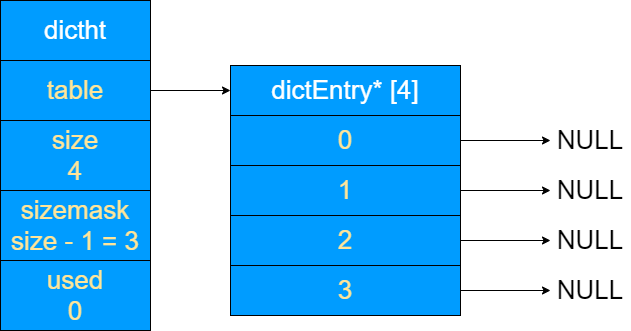
Above: images/Redis/redis空哈希表.png in lanchestios/lanchestios.github.io (draw.io), before the change. Source tidied: cells renumbered, new cells last; positions are measured from the earlier drawing's top-left corner, leaving out a move shared by most shapes. Its diagram source:
```xml
<mxGraphModel>
  <root>
    <mxCell id="0" />
    <mxCell id="1" parent="0" />
    <mxCell id="2" value="dictht" style="rounded=0;whiteSpace=wrap;html=1;fillColor=#009CFF;fontSize=26;fontColor=#FFFFFF;" parent="1" vertex="1">
      <mxGeometry width="150" height="60" as="geometry" />
    </mxCell>
    <mxCell id="3" style="edgeStyle=orthogonalEdgeStyle;rounded=0;jettySize=auto;html=1;fontSize=26;fontColor=#FFFFFF;" parent="1" edge="1" source="4" target="8">
      <mxGeometry relative="1" as="geometry" />
    </mxCell>
    <mxCell id="4" value="table" style="rounded=0;whiteSpace=wrap;html=1;fillColor=#009CFF;fontSize=26;fontColor=#FFE599;" parent="1" vertex="1">
      <mxGeometry y="60" width="150" height="60" as="geometry" />
    </mxCell>
    <mxCell id="5" value="size&lt;br&gt;4" style="rounded=0;whiteSpace=wrap;html=1;fillColor=#009CFF;fontSize=26;fontColor=#FFE599;" parent="1" vertex="1">
      <mxGeometry y="120" width="150" height="70" as="geometry" />
    </mxCell>
    <mxCell id="6" value="sizemask&lt;br&gt;size - 1 = 3" style="rounded=0;whiteSpace=wrap;html=1;fillColor=#009CFF;fontSize=26;fontColor=#FFE599;" parent="1" vertex="1">
      <mxGeometry y="190" width="150" height="70" as="geometry" />
    </mxCell>
    <mxCell id="7" value="used&lt;br&gt;0" style="rounded=0;whiteSpace=wrap;html=1;fillColor=#009CFF;fontSize=26;fontColor=#FFE599;" parent="1" vertex="1">
      <mxGeometry y="260" width="150" height="70" as="geometry" />
    </mxCell>
    <mxCell id="8" value="dictEntry* [4]" style="rounded=0;whiteSpace=wrap;html=1;fillColor=#009CFF;fontSize=26;fontColor=#FFFFFF;" parent="1" vertex="1">
      <mxGeometry x="230" y="65" width="230" height="50" as="geometry" />
    </mxCell>
    <mxCell id="9" style="edgeStyle=orthogonalEdgeStyle;rounded=0;jettySize=auto;html=1;fontSize=26;fontColor=#000000;entryX=0;entryY=0.5;entryDx=0;entryDy=0;" parent="1" edge="1" source="10" target="14">
      <mxGeometry relative="1" as="geometry" />
    </mxCell>
    <mxCell id="10" value="0" style="rounded=0;whiteSpace=wrap;html=1;fillColor=#009CFF;fontSize=26;fontColor=#FFE599;" parent="1" vertex="1">
      <mxGeometry x="230" y="115" width="230" height="50" as="geometry" />
    </mxCell>
    <mxCell id="11" value="1" style="rounded=0;whiteSpace=wrap;html=1;fillColor=#009CFF;fontSize=26;fontColor=#FFE599;" parent="1" vertex="1">
      <mxGeometry x="230" y="165" width="230" height="50" as="geometry" />
    </mxCell>
    <mxCell id="12" value="2" style="rounded=0;whiteSpace=wrap;html=1;fillColor=#009CFF;fontSize=26;fontColor=#FFE599;" parent="1" vertex="1">
      <mxGeometry x="230" y="215" width="230" height="50" as="geometry" />
    </mxCell>
    <mxCell id="13" value="3" style="rounded=0;whiteSpace=wrap;html=1;fillColor=#009CFF;fontSize=26;fontColor=#FFE599;" parent="1" vertex="1">
      <mxGeometry x="230" y="265" width="230" height="50" as="geometry" />
    </mxCell>
    <mxCell id="14" value="NULL" style="text;html=1;strokeColor=none;fillColor=none;align=center;verticalAlign=middle;whiteSpace=wrap;rounded=0;fontSize=26;" parent="1" vertex="1">
      <mxGeometry x="550" y="125" width="80" height="30" as="geometry" />
    </mxCell>
    <mxCell id="15" style="edgeStyle=orthogonalEdgeStyle;rounded=0;jettySize=auto;html=1;fontSize=26;fontColor=#000000;entryX=0;entryY=0.5;entryDx=0;entryDy=0;" parent="1" edge="1" target="16">
      <mxGeometry relative="1" as="geometry">
        <mxPoint x="460" y="190" as="sourcePoint" />
      </mxGeometry>
    </mxCell>
    <mxCell id="16" value="NULL" style="text;html=1;strokeColor=none;fillColor=none;align=center;verticalAlign=middle;whiteSpace=wrap;rounded=0;fontSize=26;" parent="1" vertex="1">
      <mxGeometry x="550" y="175" width="80" height="30" as="geometry" />
    </mxCell>
    <mxCell id="17" style="edgeStyle=orthogonalEdgeStyle;rounded=0;jettySize=auto;html=1;fontSize=26;fontColor=#000000;entryX=0;entryY=0.5;entryDx=0;entryDy=0;" parent="1" edge="1" target="18">
      <mxGeometry relative="1" as="geometry">
        <mxPoint x="460" y="240" as="sourcePoint" />
      </mxGeometry>
    </mxCell>
    <mxCell id="18" value="NULL" style="text;html=1;strokeColor=none;fillColor=none;align=center;verticalAlign=middle;whiteSpace=wrap;rounded=0;fontSize=26;" parent="1" vertex="1">
      <mxGeometry x="550" y="225" width="80" height="30" as="geometry" />
    </mxCell>
    <mxCell id="19" style="edgeStyle=orthogonalEdgeStyle;rounded=0;jettySize=auto;html=1;fontSize=26;fontColor=#000000;entryX=0;entryY=0.5;entryDx=0;entryDy=0;" parent="1" edge="1" target="20">
      <mxGeometry relative="1" as="geometry">
        <mxPoint x="460" y="290" as="sourcePoint" />
      </mxGeometry>
    </mxCell>
    <mxCell id="20" value="NULL" style="text;html=1;strokeColor=none;fillColor=none;align=center;verticalAlign=middle;whiteSpace=wrap;rounded=0;fontSize=26;" parent="1" vertex="1">
      <mxGeometry x="550" y="275" width="80" height="30" as="geometry" />
    </mxCell>
  </root>
</mxGraphModel>
```
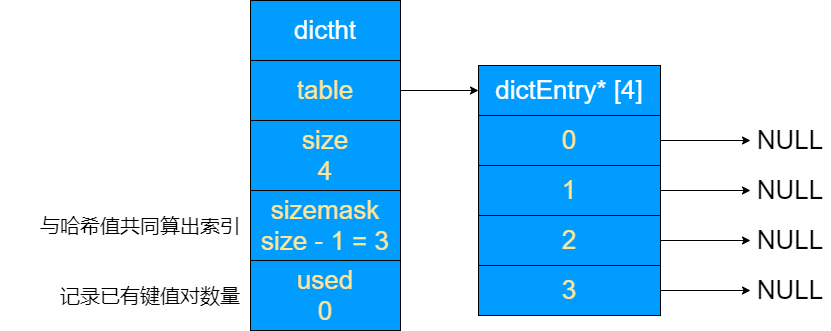
Later version of the same file.

The edit, as a diff of the source:
```diff
@@ -21,49 +21,55 @@
       <mxGeometry y="260" width="150" height="70" as="geometry" />
     </mxCell>
     <mxCell id="8" value="dictEntry* [4]" style="rounded=0;whiteSpace=wrap;html=1;fillColor=#009CFF;fontSize=26;fontColor=#FFFFFF;" parent="1" vertex="1">
-      <mxGeometry x="230" y="65" width="230" height="50" as="geometry" />
+      <mxGeometry x="228" y="65" width="182" height="50" as="geometry" />
     </mxCell>
     <mxCell id="9" style="edgeStyle=orthogonalEdgeStyle;rounded=0;jettySize=auto;html=1;fontSize=26;fontColor=#000000;entryX=0;entryY=0.5;entryDx=0;entryDy=0;" parent="1" edge="1" source="10" target="14">
       <mxGeometry relative="1" as="geometry" />
     </mxCell>
     <mxCell id="10" value="0" style="rounded=0;whiteSpace=wrap;html=1;fillColor=#009CFF;fontSize=26;fontColor=#FFE599;" parent="1" vertex="1">
-      <mxGeometry x="230" y="115" width="230" height="50" as="geometry" />
+      <mxGeometry x="228" y="115" width="182" height="50" as="geometry" />
     </mxCell>
     <mxCell id="11" value="1" style="rounded=0;whiteSpace=wrap;html=1;fillColor=#009CFF;fontSize=26;fontColor=#FFE599;" parent="1" vertex="1">
-      <mxGeometry x="230" y="165" width="230" height="50" as="geometry" />
+      <mxGeometry x="228" y="165" width="182" height="50" as="geometry" />
     </mxCell>
     <mxCell id="12" value="2" style="rounded=0;whiteSpace=wrap;html=1;fillColor=#009CFF;fontSize=26;fontColor=#FFE599;" parent="1" vertex="1">
-      <mxGeometry x="230" y="215" width="230" height="50" as="geometry" />
+      <mxGeometry x="228" y="215" width="182" height="50" as="geometry" />
     </mxCell>
     <mxCell id="13" value="3" style="rounded=0;whiteSpace=wrap;html=1;fillColor=#009CFF;fontSize=26;fontColor=#FFE599;" parent="1" vertex="1">
-      <mxGeometry x="230" y="265" width="230" height="50" as="geometry" />
+      <mxGeometry x="228" y="265" width="182" height="50" as="geometry" />
     </mxCell>
     <mxCell id="14" value="NULL" style="text;html=1;strokeColor=none;fillColor=none;align=center;verticalAlign=middle;whiteSpace=wrap;rounded=0;fontSize=26;" parent="1" vertex="1">
-      <mxGeometry x="550" y="125" width="80" height="30" as="geometry" />
+      <mxGeometry x="500" y="125" width="80" height="30" as="geometry" />
     </mxCell>
     <mxCell id="15" style="edgeStyle=orthogonalEdgeStyle;rounded=0;jettySize=auto;html=1;fontSize=26;fontColor=#000000;entryX=0;entryY=0.5;entryDx=0;entryDy=0;" parent="1" edge="1" target="16">
       <mxGeometry relative="1" as="geometry">
-        <mxPoint x="460" y="190" as="sourcePoint" />
+        <mxPoint x="410" y="190" as="sourcePoint" />
       </mxGeometry>
     </mxCell>
     <mxCell id="16" value="NULL" style="text;html=1;strokeColor=none;fillColor=none;align=center;verticalAlign=middle;whiteSpace=wrap;rounded=0;fontSize=26;" parent="1" vertex="1">
-      <mxGeometry x="550" y="175" width="80" height="30" as="geometry" />
+      <mxGeometry x="500" y="175" width="80" height="30" as="geometry" />
     </mxCell>
     <mxCell id="17" style="edgeStyle=orthogonalEdgeStyle;rounded=0;jettySize=auto;html=1;fontSize=26;fontColor=#000000;entryX=0;entryY=0.5;entryDx=0;entryDy=0;" parent="1" edge="1" target="18">
       <mxGeometry relative="1" as="geometry">
-        <mxPoint x="460" y="240" as="sourcePoint" />
+        <mxPoint x="410" y="240" as="sourcePoint" />
       </mxGeometry>
     </mxCell>
     <mxCell id="18" value="NULL" style="text;html=1;strokeColor=none;fillColor=none;align=center;verticalAlign=middle;whiteSpace=wrap;rounded=0;fontSize=26;" parent="1" vertex="1">
-      <mxGeometry x="550" y="225" width="80" height="30" as="geometry" />
+      <mxGeometry x="500" y="225" width="80" height="30" as="geometry" />
     </mxCell>
     <mxCell id="19" style="edgeStyle=orthogonalEdgeStyle;rounded=0;jettySize=auto;html=1;fontSize=26;fontColor=#000000;entryX=0;entryY=0.5;entryDx=0;entryDy=0;" parent="1" edge="1" target="20">
       <mxGeometry relative="1" as="geometry">
-        <mxPoint x="460" y="290" as="sourcePoint" />
+        <mxPoint x="410" y="290" as="sourcePoint" />
       </mxGeometry>
     </mxCell>
     <mxCell id="20" value="NULL" style="text;html=1;strokeColor=none;fillColor=none;align=center;verticalAlign=middle;whiteSpace=wrap;rounded=0;fontSize=26;" parent="1" vertex="1">
-      <mxGeometry x="550" y="275" width="80" height="30" as="geometry" />
+      <mxGeometry x="500" y="275" width="80" height="30" as="geometry" />
     </mxCell>
+    <mxCell id="21" value="与哈希值共同算出索引" style="text;html=1;strokeColor=none;fillColor=none;align=center;verticalAlign=middle;whiteSpace=wrap;rounded=0;fontSize=20;" parent="1" vertex="1">
+      <mxGeometry x="-250" y="197.5" width="280" height="55" as="geometry" />
+    </mxCell>
+    <mxCell id="22" value="记录已有键值对数量" style="text;html=1;strokeColor=none;fillColor=none;align=center;verticalAlign=middle;whiteSpace=wrap;rounded=0;fontSize=20;" parent="1" vertex="1">
+      <mxGeometry x="-240" y="267.5" width="280" height="55" as="geometry" />
+    </mxCell>
   </root>
 </mxGraphModel>
```
